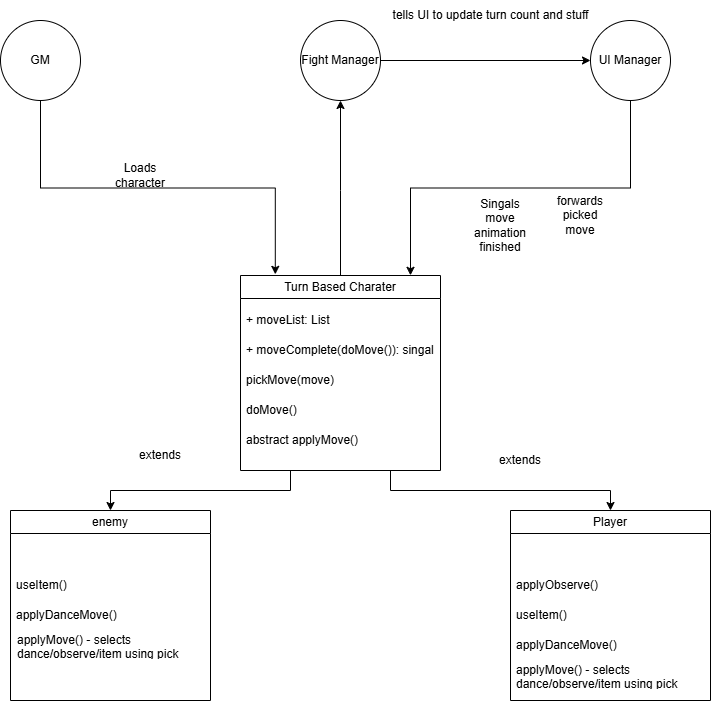
Team-Shrimp-Jam/buck-bumble-2 keeps this draw.io diagram as HighLevelDiagram.png. Above is the earlier version. Source tidied: cells renumbered, new cells last; positions are measured from the earlier drawing's top-left corner, leaving out a move shared by most shapes. The source it was exported from:
```xml
<mxGraphModel>
  <root>
    <mxCell id="0" />
    <mxCell id="1" parent="0" />
    <mxCell id="2" value="GM" style="ellipse;whiteSpace=wrap;html=1;" parent="1" vertex="1">
      <mxGeometry y="20" width="80" height="80" as="geometry" />
    </mxCell>
    <mxCell id="3" style="edgeStyle=orthogonalEdgeStyle;rounded=0;jettySize=auto;html=1;exitX=1;exitY=0.5;exitDx=0;exitDy=0;" parent="1" edge="1" source="4" target="5">
      <mxGeometry relative="1" as="geometry" />
    </mxCell>
    <mxCell id="4" value="Fight Manager" style="ellipse;whiteSpace=wrap;html=1;" parent="1" vertex="1">
      <mxGeometry x="300" y="20" width="80" height="80" as="geometry" />
    </mxCell>
    <mxCell id="5" value="UI Manager" style="ellipse;whiteSpace=wrap;html=1;" parent="1" vertex="1">
      <mxGeometry x="590" y="20" width="80" height="80" as="geometry" />
    </mxCell>
    <mxCell id="6" style="edgeStyle=orthogonalEdgeStyle;rounded=0;jettySize=auto;html=1;exitX=0.5;exitY=0;exitDx=0;exitDy=0;entryX=0.5;entryY=1;entryDx=0;entryDy=0;" parent="1" edge="1" source="9" target="4">
      <mxGeometry relative="1" as="geometry">
        <Array as="points">
          <mxPoint x="340" y="190" />
          <mxPoint x="340" y="190" />
        </Array>
      </mxGeometry>
    </mxCell>
    <mxCell id="7" style="edgeStyle=orthogonalEdgeStyle;rounded=0;jettySize=auto;html=1;exitX=0.25;exitY=1;exitDx=0;exitDy=0;entryX=0.5;entryY=0;entryDx=0;entryDy=0;" parent="1" edge="1" source="9" target="20">
      <mxGeometry relative="1" as="geometry" />
    </mxCell>
    <mxCell id="8" style="edgeStyle=orthogonalEdgeStyle;rounded=0;jettySize=auto;html=1;exitX=0.75;exitY=1;exitDx=0;exitDy=0;entryX=0.5;entryY=0;entryDx=0;entryDy=0;" parent="1" edge="1" source="9" target="24">
      <mxGeometry relative="1" as="geometry" />
    </mxCell>
    <mxCell id="9" value="&lt;span style=&quot;font-weight: 400;&quot;&gt;Turn Based Charater&lt;/span&gt;" style="swimlane;whiteSpace=wrap;html=1;" parent="1" vertex="1">
      <mxGeometry x="240" y="275" width="200" height="195" as="geometry" />
    </mxCell>
    <mxCell id="10" value="+ moveList: List" style="text;strokeColor=none;fillColor=none;align=left;verticalAlign=middle;spacingLeft=4;spacingRight=4;overflow=hidden;whiteSpace=wrap;html=1;" parent="9" vertex="1">
      <mxGeometry y="30" width="140" height="30" as="geometry" />
    </mxCell>
    <mxCell id="11" value="pickMove(move)" style="text;strokeColor=none;fillColor=none;align=left;verticalAlign=middle;spacingLeft=4;spacingRight=4;overflow=hidden;whiteSpace=wrap;html=1;" parent="9" vertex="1">
      <mxGeometry y="90" width="140" height="30" as="geometry" />
    </mxCell>
    <mxCell id="12" value="doMove()" style="text;strokeColor=none;fillColor=none;align=left;verticalAlign=middle;spacingLeft=4;spacingRight=4;overflow=hidden;whiteSpace=wrap;html=1;" parent="9" vertex="1">
      <mxGeometry y="120" width="140" height="30" as="geometry" />
    </mxCell>
    <mxCell id="13" value="+ moveComplete(doMove()): singal" style="text;strokeColor=none;fillColor=none;align=left;verticalAlign=middle;spacingLeft=4;spacingRight=4;overflow=hidden;whiteSpace=wrap;html=1;" parent="9" vertex="1">
      <mxGeometry y="60" width="200" height="30" as="geometry" />
    </mxCell>
    <mxCell id="14" value="abstract applyMove()" style="text;strokeColor=none;fillColor=none;align=left;verticalAlign=middle;spacingLeft=4;spacingRight=4;overflow=hidden;whiteSpace=wrap;html=1;" parent="9" vertex="1">
      <mxGeometry y="150" width="140" height="30" as="geometry" />
    </mxCell>
    <mxCell id="15" style="edgeStyle=orthogonalEdgeStyle;rounded=0;jettySize=auto;html=1;exitX=0.5;exitY=1;exitDx=0;exitDy=0;entryX=0.85;entryY=-0.001;entryDx=0;entryDy=0;entryPerimeter=0;" parent="1" edge="1" source="5" target="9">
      <mxGeometry relative="1" as="geometry" />
    </mxCell>
    <mxCell id="16" style="edgeStyle=orthogonalEdgeStyle;rounded=0;jettySize=auto;html=1;exitX=0.5;exitY=1;exitDx=0;exitDy=0;entryX=0.174;entryY=-0.006;entryDx=0;entryDy=0;entryPerimeter=0;" parent="1" edge="1" source="2" target="9">
      <mxGeometry relative="1" as="geometry" />
    </mxCell>
    <mxCell id="17" value="Loads character" style="text;html=1;whiteSpace=wrap;strokeColor=none;fillColor=none;align=center;verticalAlign=middle;rounded=0;" parent="1" vertex="1">
      <mxGeometry x="110" y="160" width="60" height="30" as="geometry" />
    </mxCell>
    <mxCell id="18" value="forwards picked move" style="text;html=1;whiteSpace=wrap;strokeColor=none;fillColor=none;align=center;verticalAlign=middle;rounded=0;" parent="1" vertex="1">
      <mxGeometry x="550" y="200" width="60" height="30" as="geometry" />
    </mxCell>
    <mxCell id="19" value="Singals move animation finished" style="text;html=1;whiteSpace=wrap;strokeColor=none;fillColor=none;align=center;verticalAlign=middle;rounded=0;" parent="1" vertex="1">
      <mxGeometry x="470" y="210" width="60" height="30" as="geometry" />
    </mxCell>
    <mxCell id="20" value="&lt;span style=&quot;font-weight: 400;&quot;&gt;enemy&lt;/span&gt;" style="swimlane;whiteSpace=wrap;html=1;" parent="1" vertex="1">
      <mxGeometry x="10" y="510" width="200" height="190" as="geometry" />
    </mxCell>
    <mxCell id="21" value="applyDanceMove()" style="text;strokeColor=none;fillColor=none;align=left;verticalAlign=middle;spacingLeft=4;spacingRight=4;overflow=hidden;whiteSpace=wrap;html=1;" parent="20" vertex="1">
      <mxGeometry y="90" width="140" height="30" as="geometry" />
    </mxCell>
    <mxCell id="22" value="useItem()" style="text;strokeColor=none;fillColor=none;align=left;verticalAlign=middle;spacingLeft=4;spacingRight=4;overflow=hidden;whiteSpace=wrap;html=1;" parent="20" vertex="1">
      <mxGeometry y="60" width="200" height="30" as="geometry" />
    </mxCell>
    <mxCell id="23" value="applyMove() - selects dance/observe/item using pick move function" style="text;strokeColor=none;fillColor=none;align=left;verticalAlign=middle;spacingLeft=4;spacingRight=4;overflow=hidden;whiteSpace=wrap;html=1;" parent="20" vertex="1">
      <mxGeometry x="1" y="120" width="199" height="30" as="geometry" />
    </mxCell>
    <mxCell id="24" value="&lt;span style=&quot;font-weight: 400;&quot;&gt;Player&lt;/span&gt;" style="swimlane;whiteSpace=wrap;html=1;" parent="1" vertex="1">
      <mxGeometry x="510" y="510" width="200" height="190" as="geometry" />
    </mxCell>
    <mxCell id="25" value="useItem()" style="text;strokeColor=none;fillColor=none;align=left;verticalAlign=middle;spacingLeft=4;spacingRight=4;overflow=hidden;whiteSpace=wrap;html=1;" parent="24" vertex="1">
      <mxGeometry y="90" width="140" height="30" as="geometry" />
    </mxCell>
    <mxCell id="26" value="applyDanceMove()" style="text;strokeColor=none;fillColor=none;align=left;verticalAlign=middle;spacingLeft=4;spacingRight=4;overflow=hidden;whiteSpace=wrap;html=1;" parent="24" vertex="1">
      <mxGeometry y="120" width="140" height="30" as="geometry" />
    </mxCell>
    <mxCell id="27" value="applyObserve()" style="text;strokeColor=none;fillColor=none;align=left;verticalAlign=middle;spacingLeft=4;spacingRight=4;overflow=hidden;whiteSpace=wrap;html=1;" parent="24" vertex="1">
      <mxGeometry y="60" width="200" height="30" as="geometry" />
    </mxCell>
    <mxCell id="28" value="applyMove() - selects dance/observe/item using pick move function" style="text;strokeColor=none;fillColor=none;align=left;verticalAlign=middle;spacingLeft=4;spacingRight=4;overflow=hidden;whiteSpace=wrap;html=1;" parent="24" vertex="1">
      <mxGeometry y="150" width="200" height="30" as="geometry" />
    </mxCell>
    <mxCell id="29" value="extends" style="text;html=1;whiteSpace=wrap;strokeColor=none;fillColor=none;align=center;verticalAlign=middle;rounded=0;" parent="1" vertex="1">
      <mxGeometry x="130" y="440" width="60" height="30" as="geometry" />
    </mxCell>
    <mxCell id="30" value="extends" style="text;html=1;whiteSpace=wrap;strokeColor=none;fillColor=none;align=center;verticalAlign=middle;rounded=0;" parent="1" vertex="1">
      <mxGeometry x="490" y="445" width="60" height="30" as="geometry" />
    </mxCell>
    <mxCell id="31" value="tells UI to update turn count and stuff" style="text;html=1;align=center;verticalAlign=middle;strokeColor=none;fillColor=none;" parent="1" vertex="1">
      <mxGeometry x="380" width="220" height="30" as="geometry" />
    </mxCell>
  </root>
</mxGraphModel>
```
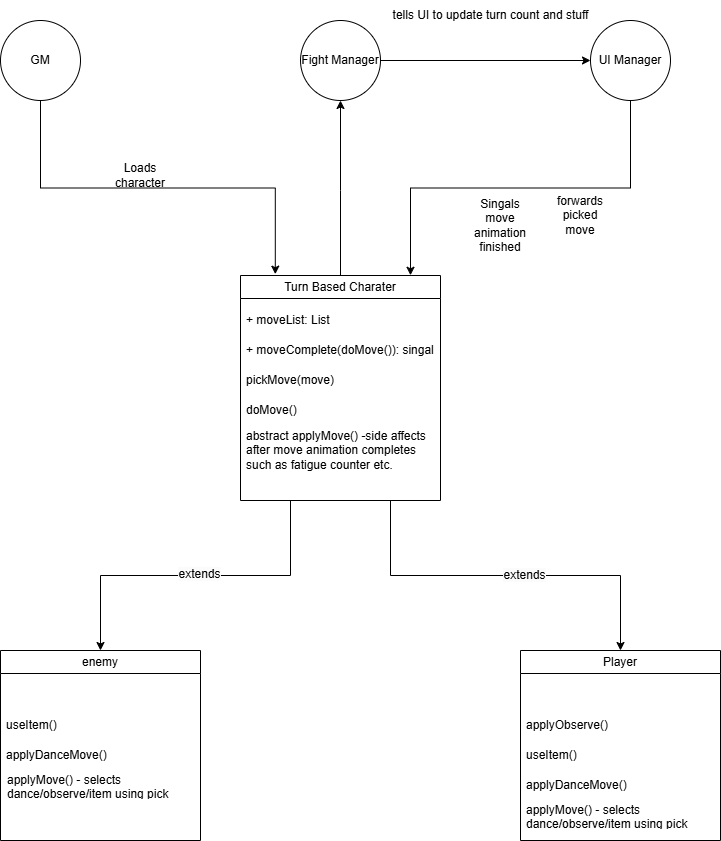
Above is the later version.

Commit message:
update proposal with some more details

The edit, as a diff of the source:
```diff
@@ -25,11 +25,19 @@
     <mxCell id="7" style="edgeStyle=orthogonalEdgeStyle;rounded=0;jettySize=auto;html=1;exitX=0.25;exitY=1;exitDx=0;exitDy=0;entryX=0.5;entryY=0;entryDx=0;entryDy=0;" parent="1" edge="1" source="9" target="20">
       <mxGeometry relative="1" as="geometry" />
     </mxCell>
+    <mxCell id="32" value="&lt;span style=&quot;color: rgb(0, 0, 0); font-size: 12px; text-wrap-mode: wrap; background-color: rgb(251, 251, 251);&quot;&gt;extends&lt;/span&gt;" style="edgeLabel;html=1;align=center;verticalAlign=middle;" parent="7" vertex="1">
+      <mxGeometry x="-0.12" y="-2" relative="1" as="geometry">
+        <mxPoint x="-17" as="offset" />
+      </mxGeometry>
+    </mxCell>
     <mxCell id="8" style="edgeStyle=orthogonalEdgeStyle;rounded=0;jettySize=auto;html=1;exitX=0.75;exitY=1;exitDx=0;exitDy=0;entryX=0.5;entryY=0;entryDx=0;entryDy=0;" parent="1" edge="1" source="9" target="24">
       <mxGeometry relative="1" as="geometry" />
     </mxCell>
+    <mxCell id="33" value="&lt;span style=&quot;color: rgb(0, 0, 0); font-size: 12px; text-wrap-mode: wrap; background-color: rgb(251, 251, 251);&quot;&gt;extends&lt;/span&gt;" style="edgeLabel;html=1;align=center;verticalAlign=middle;" parent="8" vertex="1">
+      <mxGeometry x="0.09" y="1" relative="1" as="geometry" />
+    </mxCell>
     <mxCell id="9" value="&lt;span style=&quot;font-weight: 400;&quot;&gt;Turn Based Charater&lt;/span&gt;" style="swimlane;whiteSpace=wrap;html=1;" parent="1" vertex="1">
-      <mxGeometry x="240" y="275" width="200" height="195" as="geometry" />
+      <mxGeometry x="240" y="275" width="200" height="225" as="geometry" />
     </mxCell>
     <mxCell id="10" value="+ moveList: List" style="text;strokeColor=none;fillColor=none;align=left;verticalAlign=middle;spacingLeft=4;spacingRight=4;overflow=hidden;whiteSpace=wrap;html=1;" parent="9" vertex="1">
       <mxGeometry y="30" width="140" height="30" as="geometry" />
@@ -43,8 +51,8 @@
     <mxCell id="13" value="+ moveComplete(doMove()): singal" style="text;strokeColor=none;fillColor=none;align=left;verticalAlign=middle;spacingLeft=4;spacingRight=4;overflow=hidden;whiteSpace=wrap;html=1;" parent="9" vertex="1">
       <mxGeometry y="60" width="200" height="30" as="geometry" />
     </mxCell>
-    <mxCell id="14" value="abstract applyMove()" style="text;strokeColor=none;fillColor=none;align=left;verticalAlign=middle;spacingLeft=4;spacingRight=4;overflow=hidden;whiteSpace=wrap;html=1;" parent="9" vertex="1">
-      <mxGeometry y="150" width="140" height="30" as="geometry" />
+    <mxCell id="14" value="abstract applyMove() -side affects after move animation completes such as fatigue counter etc." style="text;strokeColor=none;fillColor=none;align=left;verticalAlign=middle;spacingLeft=4;spacingRight=4;overflow=hidden;whiteSpace=wrap;html=1;" parent="9" vertex="1">
+      <mxGeometry y="150" width="200" height="50" as="geometry" />
     </mxCell>
     <mxCell id="15" style="edgeStyle=orthogonalEdgeStyle;rounded=0;jettySize=auto;html=1;exitX=0.5;exitY=1;exitDx=0;exitDy=0;entryX=0.85;entryY=-0.001;entryDx=0;entryDy=0;entryPerimeter=0;" parent="1" edge="1" source="5" target="9">
       <mxGeometry relative="1" as="geometry" />
@@ -62,7 +70,7 @@
       <mxGeometry x="470" y="210" width="60" height="30" as="geometry" />
     </mxCell>
     <mxCell id="20" value="&lt;span style=&quot;font-weight: 400;&quot;&gt;enemy&lt;/span&gt;" style="swimlane;whiteSpace=wrap;html=1;" parent="1" vertex="1">
-      <mxGeometry x="10" y="510" width="200" height="190" as="geometry" />
+      <mxGeometry y="650" width="200" height="190" as="geometry" />
     </mxCell>
     <mxCell id="21" value="applyDanceMove()" style="text;strokeColor=none;fillColor=none;align=left;verticalAlign=middle;spacingLeft=4;spacingRight=4;overflow=hidden;whiteSpace=wrap;html=1;" parent="20" vertex="1">
       <mxGeometry y="90" width="140" height="30" as="geometry" />
@@ -74,7 +82,7 @@
       <mxGeometry x="1" y="120" width="199" height="30" as="geometry" />
     </mxCell>
     <mxCell id="24" value="&lt;span style=&quot;font-weight: 400;&quot;&gt;Player&lt;/span&gt;" style="swimlane;whiteSpace=wrap;html=1;" parent="1" vertex="1">
-      <mxGeometry x="510" y="510" width="200" height="190" as="geometry" />
+      <mxGeometry x="520" y="650" width="200" height="190" as="geometry" />
     </mxCell>
     <mxCell id="25" value="useItem()" style="text;strokeColor=none;fillColor=none;align=left;verticalAlign=middle;spacingLeft=4;spacingRight=4;overflow=hidden;whiteSpace=wrap;html=1;" parent="24" vertex="1">
       <mxGeometry y="90" width="140" height="30" as="geometry" />
@@ -88,12 +96,6 @@
     <mxCell id="28" value="applyMove() - selects dance/observe/item using pick move function" style="text;strokeColor=none;fillColor=none;align=left;verticalAlign=middle;spacingLeft=4;spacingRight=4;overflow=hidden;whiteSpace=wrap;html=1;" parent="24" vertex="1">
       <mxGeometry y="150" width="200" height="30" as="geometry" />
     </mxCell>
-    <mxCell id="29" value="extends" style="text;html=1;whiteSpace=wrap;strokeColor=none;fillColor=none;align=center;verticalAlign=middle;rounded=0;" parent="1" vertex="1">
-      <mxGeometry x="130" y="440" width="60" height="30" as="geometry" />
-    </mxCell>
-    <mxCell id="30" value="extends" style="text;html=1;whiteSpace=wrap;strokeColor=none;fillColor=none;align=center;verticalAlign=middle;rounded=0;" parent="1" vertex="1">
-      <mxGeometry x="490" y="445" width="60" height="30" as="geometry" />
-    </mxCell>
     <mxCell id="31" value="tells UI to update turn count and stuff" style="text;html=1;align=center;verticalAlign=middle;strokeColor=none;fillColor=none;" parent="1" vertex="1">
       <mxGeometry x="380" width="220" height="30" as="geometry" />
     </mxCell>
```
